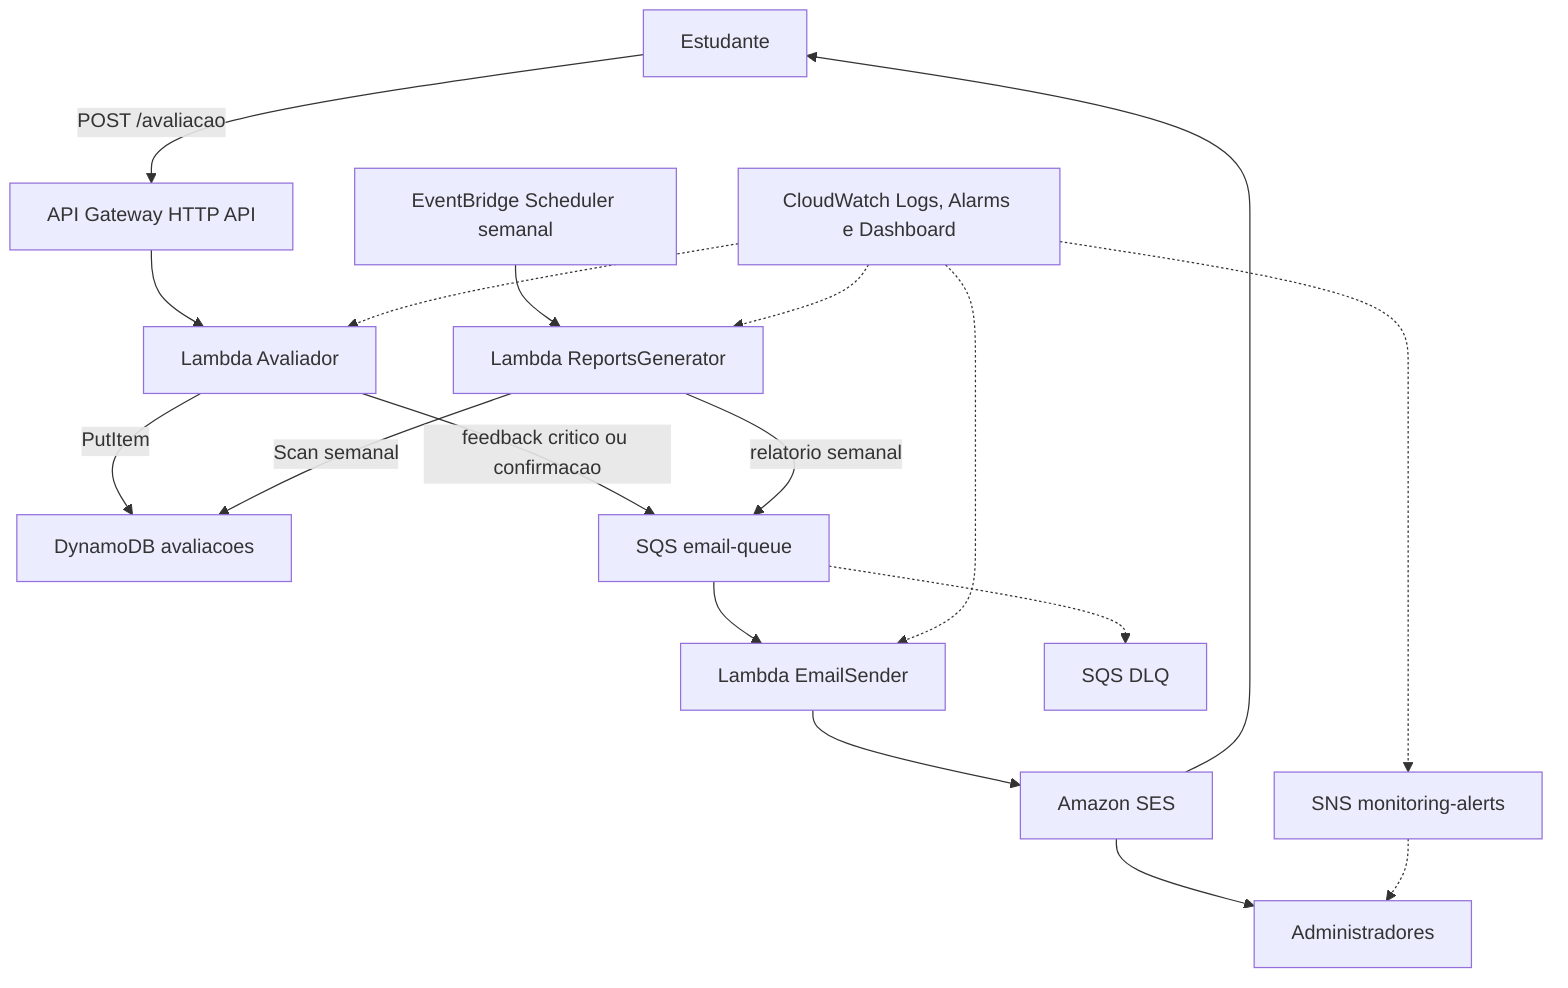
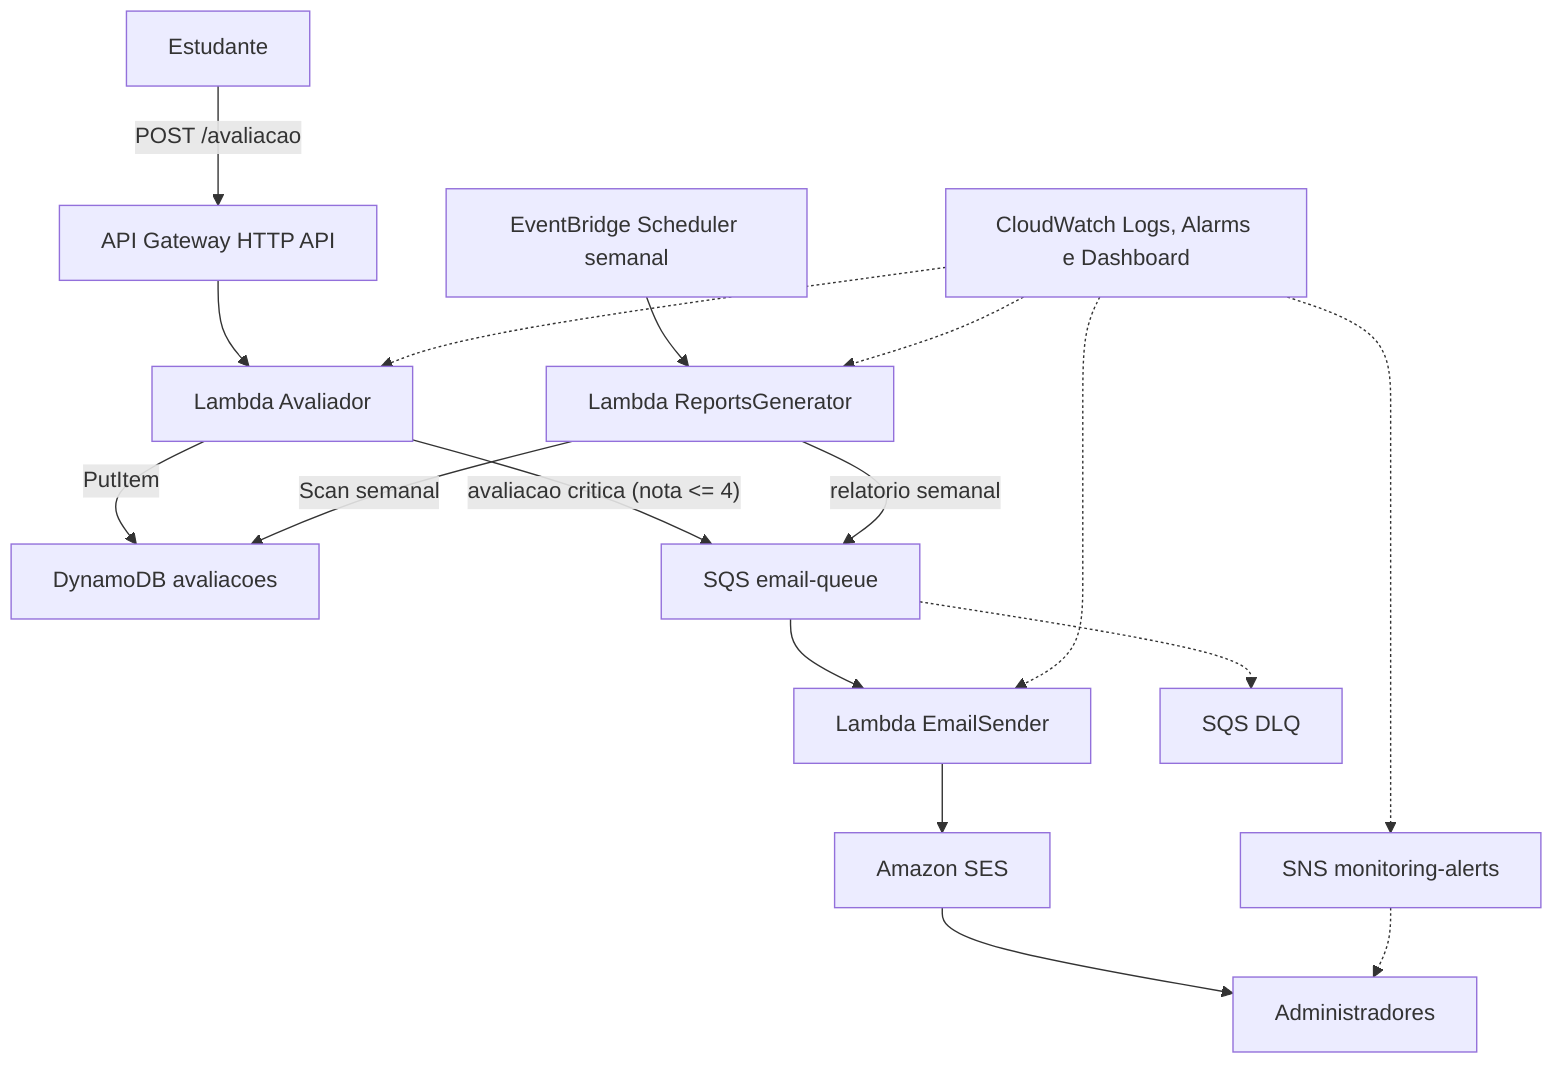
%% Arquitetura Geral - Tech Challenge Fase 04

graph TD
    Student["Estudante"] -->|"POST /avaliacao"| ApiGateway["API Gateway HTTP API"]
    ApiGateway --> Avaliador["Lambda Avaliador"]
    Avaliador -->|"PutItem"| DynamoDB["DynamoDB avaliacoes"]
-     Avaliador -->|"feedback critico ou confirmacao"| EmailQueue["SQS email-queue"]
+     Avaliador -->|"avaliacao critica (nota <= 4)"| EmailQueue["SQS email-queue"]
    Scheduler["EventBridge Scheduler semanal"] --> Reports["Lambda ReportsGenerator"]
    Reports -->|"Scan semanal"| DynamoDB
    Reports -->|"relatorio semanal"| EmailQueue
    EmailQueue --> EmailSender["Lambda EmailSender"]
    EmailSender --> SES["Amazon SES"]
    SES --> Admin["Administradores"]
-     SES --> Student
    EmailQueue -.-> DLQ["SQS DLQ"]
    CloudWatch["CloudWatch Logs, Alarms e Dashboard"] -.-> Avaliador
    CloudWatch -.-> Reports
    CloudWatch -.-> EmailSender
    Alerts["SNS monitoring-alerts"] -.-> Admin
    CloudWatch -.-> Alerts
